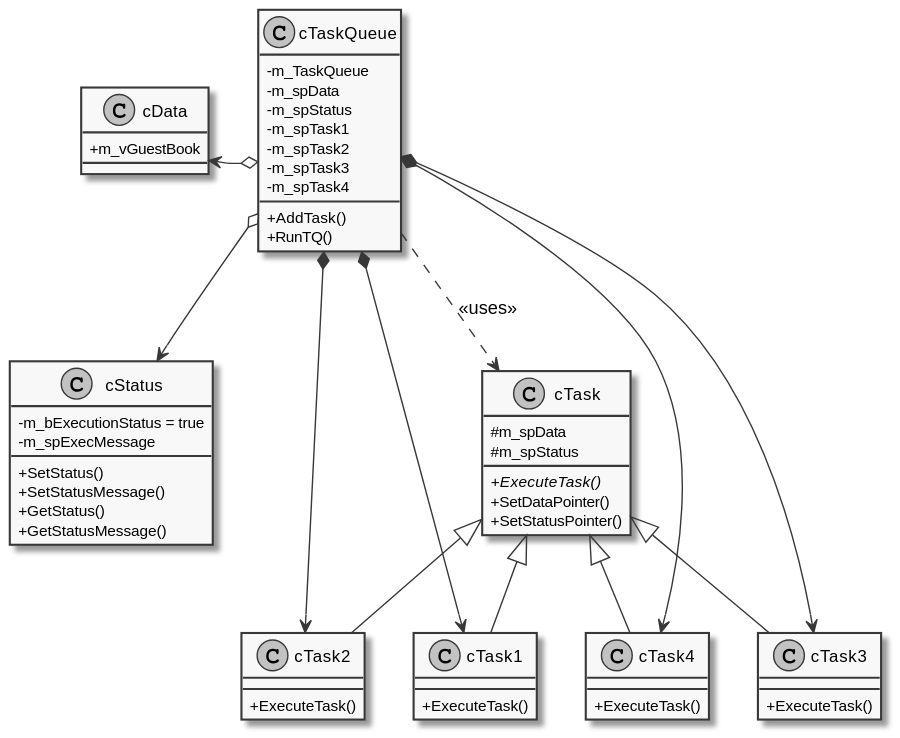
Earlier version of the PlantUML export ClassDiagram.svg (VPERepos/TaskQueueDesignPattern).
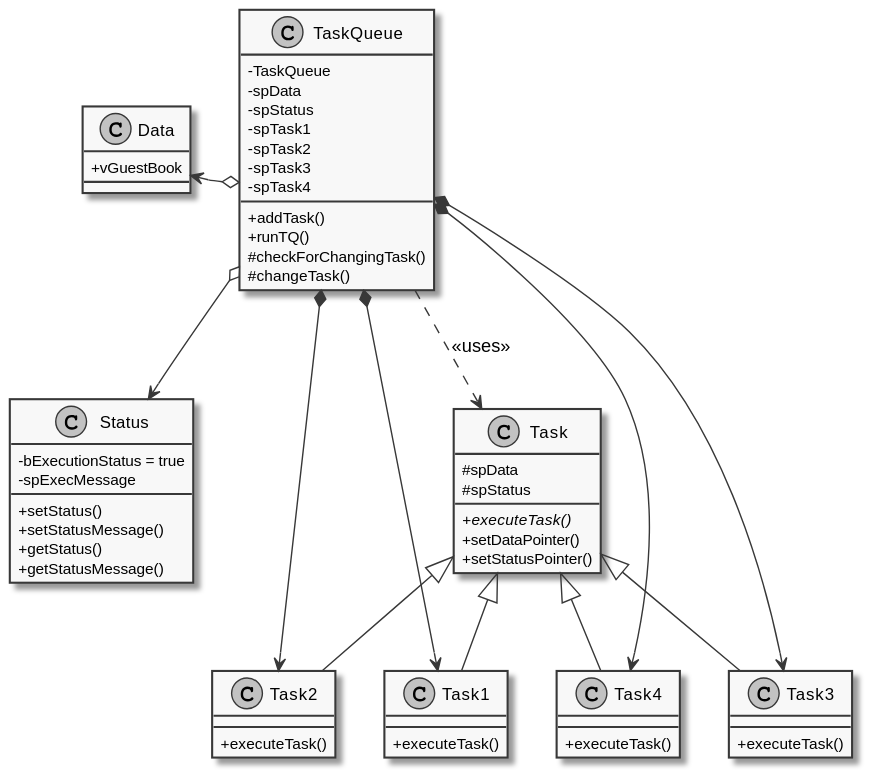
The same diagram one commit later.

Commit message:
major refactor plus sequence diagram

What changed in the source:
```diff
@@ -4,66 +4,68 @@
 skinparam classAttributeIconSize 0
 
 together dataAndStatusGroup{
-    class cData{
-        +m_vGuestBook
+    class Data{
+        +vGuestBook
     }
 
-    class cStatus{
-        +SetStatus()
-        +SetStatusMessage()
-        +GetStatus()
-        +GetStatusMessage()
-        -m_bExecutionStatus = true
-        -m_spExecMessage
+    class Status{
+        +setStatus()
+        +setStatusMessage()
+        +getStatus()
+        +getStatusMessage()
+        -bExecutionStatus = true
+        -spExecMessage
     }
 }
-class cTaskQueue{
-    -m_TaskQueue
-    -m_spData
-    -m_spStatus
-    -m_spTask1
-    -m_spTask2
-    -m_spTask3
-    -m_spTask4
-    +AddTask()
-    +RunTQ()
+class TaskQueue{
+    -TaskQueue
+    -spData
+    -spStatus
+    -spTask1
+    -spTask2
+    -spTask3
+    -spTask4
+    +addTask()
+    +runTQ()
+    #checkForChangingTask()
+    #changeTask()
 }
 
-class cTask{
-    #m_spData
-    #m_spStatus
-    {abstract}+ExecuteTask()
-    +SetDataPointer()
-    +SetStatusPointer()
+class Task{
+    #spData
+    #spStatus
+    {abstract}+executeTask()
+    +setDataPointer()
+    +setStatusPointer()
 }
-class cTask1{
-    +ExecuteTask()
+class Task1{
+    +executeTask()
 }
-class cTask2{
-    +ExecuteTask()
+class Task2{
+    +executeTask()
 }
-class cTask3{
-    +ExecuteTask()
+class Task3{
+    +executeTask()
 }
-class cTask4{
-    +ExecuteTask()
+class Task4{
+    +executeTask()
 }
 
-cTask <|-- cTask1
-cTask <|-- cTask2
-cTask <|-- cTask3
-cTask <|-- cTask4
+Task <|-- Task1
+Task <|-- Task2
+Task <|-- Task3
+Task <|-- Task4
 
-cTaskQueue o--> cData
-cTaskQueue o--> cStatus
-cTaskQueue *--> cTask1
-cTaskQueue *--> cTask2
-cTaskQueue *--> cTask3
-cTaskQueue *--> cTask4
+TaskQueue o--> Data
+TaskQueue o--> Status
+TaskQueue *--> Task1
+TaskQueue *--> Task2
+TaskQueue *--> Task3
+TaskQueue *--> Task4
 
-cTaskQueue ..> cTask:<<uses>>
+TaskQueue ..> Task:<<uses>>
 
-cData -[hidden]down- cStatus
-cTaskQueue -[hidden]right-- cData
-cTaskQueue -[hidden]right-- cStatus
+Data -[hidden]down- Status
+TaskQueue -[hidden]right-- Data
+TaskQueue -[hidden]right-- Status
 @enduml
```
